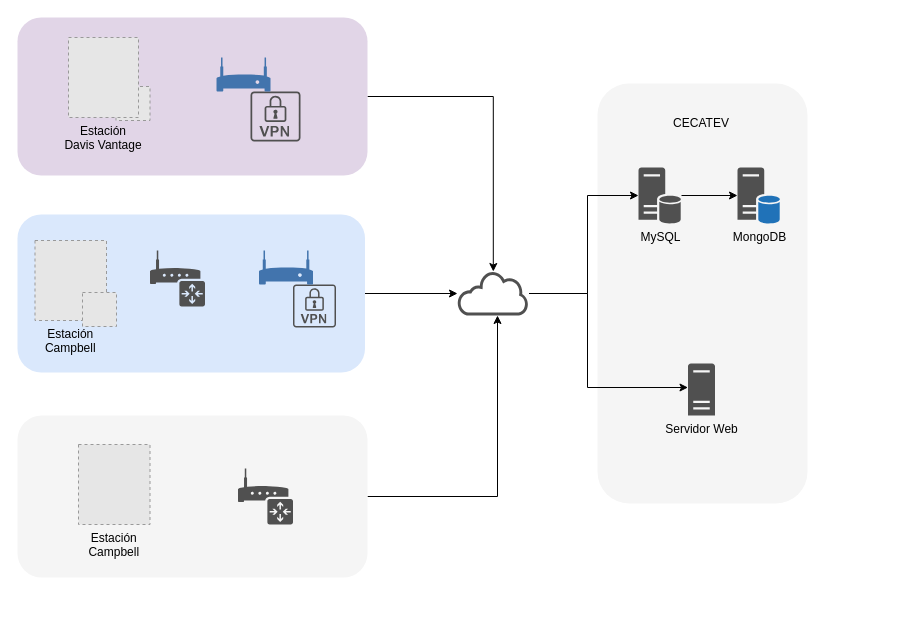
Above: page "Current network" (1 of 4) of resources/red.drawio in thblckjkr/tesis (draw.io), before the change. Source tidied: cells renumbered, new cells numbered last; positions are measured from the earlier drawing's top-left corner, leaving out a move shared by most shapes. Both pictures are drawn from the tidied source at 100%, with x=0, y=0 at pixel (17, 17). Pictures stored in the file or linked from it are replaced by grey dashed boxes.
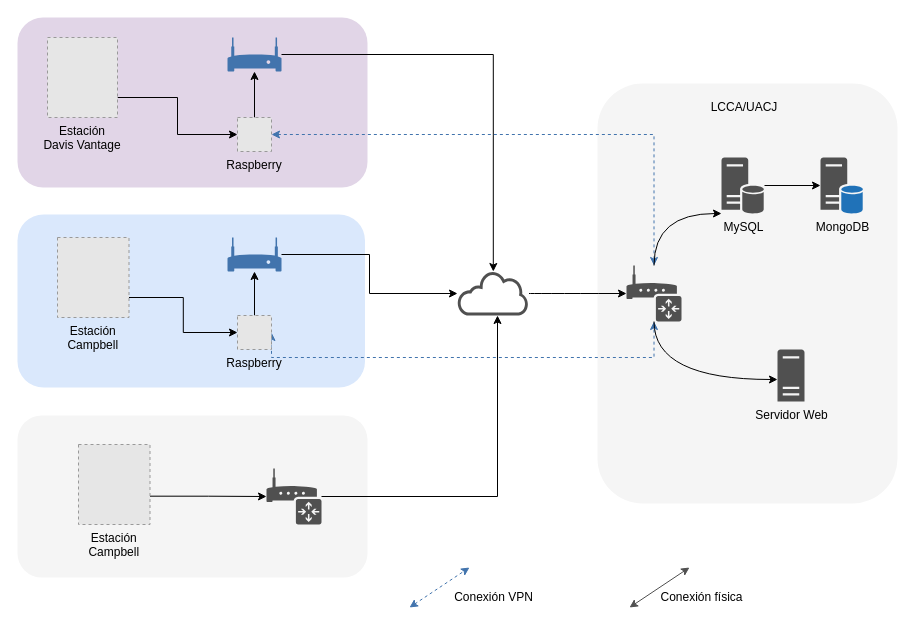
The same page after the edit.

Unchanged cells that the change refers to:
```xml
<mxCell id="16" style="shadow=0;dashed=0;html=1;strokeColor=none;fillColor=#505050;labelPosition=center;verticalLabelPosition=bottom;outlineConnect=0;verticalAlign=top;align=center;shape=mxgraph.office.clouds.cloud;" parent="1" vertex="1">
  <mxGeometry x="440" y="254" width="71.5" height="44" as="geometry" />
</mxCell>
<mxCell id="23" value="Estación&#10;Campbell" style="fillColor=#E6E6E6;strokeColor=#999999;dashed=1;verticalLabelPosition=bottom;verticalAlign=top;" parent="1" vertex="1">
  <mxGeometry x="61" y="427" width="71.5" height="80" as="geometry" />
</mxCell>
```

Diff of the diagram source:
```diff
@@
+    <mxCell id="8" style="rounded=1;whiteSpace=wrap;html=1;fillColor=#f5f5f5;fontColor=#333333;strokeColor=none;" parent="1" vertex="1">
+      <mxGeometry y="398" width="350" height="162" as="geometry" />
+    </mxCell>
+    <mxCell id="4" style="rounded=1;whiteSpace=wrap;html=1;fillColor=#e1d5e7;fontStyle=1;strokeColor=none;" parent="1" vertex="1">
+      <mxGeometry width="350" height="170" as="geometry" />
+    </mxCell>
+    <mxCell id="6" style="rounded=1;whiteSpace=wrap;html=1;fillColor=#dae8fc;fontStyle=1;strokeColor=none;" parent="1" vertex="1">
+      <mxGeometry y="197" width="347.5" height="173" as="geometry" />
+    </mxCell>
     <mxCell id="2" style="rounded=1;whiteSpace=wrap;html=1;fillColor=#f5f5f5;fontColor=#333333;strokeColor=none;" parent="1" vertex="1">
-      <mxGeometry x="580" y="66" width="210" height="420" as="geometry" />
+      <mxGeometry x="580" y="66" width="300" height="420" as="geometry" />
     </mxCell>
-    <mxCell id="3" style="edgeStyle=orthogonalEdgeStyle;rounded=0;jettySize=auto;html=1;exitX=1;exitY=0.5;exitDx=0;exitDy=0;startArrow=none;startFill=0;" parent="1" edge="1" source="4" target="16">
+    <mxCell id="3" style="edgeStyle=orthogonalEdgeStyle;rounded=0;jettySize=auto;html=1;startArrow=none;startFill=0;" parent="1" edge="1" source="17" target="16">
       <mxGeometry relative="1" as="geometry" />
     </mxCell>
-    <mxCell id="4" style="rounded=1;whiteSpace=wrap;html=1;fillColor=#e1d5e7;fontStyle=1;strokeColor=none;" parent="1" vertex="1">
-      <mxGeometry width="350" height="158" as="geometry" />
-    </mxCell>
-    <mxCell id="5" style="edgeStyle=orthogonalEdgeStyle;rounded=0;jettySize=auto;html=1;exitX=1;exitY=0.5;exitDx=0;exitDy=0;startArrow=none;startFill=0;" parent="1" edge="1" source="6" target="16">
+    <mxCell id="5" style="edgeStyle=orthogonalEdgeStyle;rounded=0;jettySize=auto;html=1;startArrow=none;startFill=0;" parent="1" edge="1" source="21" target="16">
       <mxGeometry relative="1" as="geometry" />
     </mxCell>
-    <mxCell id="6" style="rounded=1;whiteSpace=wrap;html=1;fillColor=#dae8fc;fontStyle=1;strokeColor=none;" parent="1" vertex="1">
-      <mxGeometry y="197" width="347.5" height="158" as="geometry" />
-    </mxCell>
-    <mxCell id="7" style="edgeStyle=elbowEdgeStyle;rounded=0;jettySize=auto;html=1;exitX=1;exitY=0.5;exitDx=0;exitDy=0;startArrow=none;startFill=0;" parent="1" edge="1" source="8" target="16">
+    <mxCell id="7" style="edgeStyle=elbowEdgeStyle;rounded=0;jettySize=auto;html=1;startArrow=none;startFill=0;" parent="1" edge="1" source="22" target="16">
       <mxGeometry relative="1" as="geometry">
         <Array as="points">
           <mxPoint x="480" y="340" />
           <mxPoint x="480" y="380" />
         </Array>
       </mxGeometry>
     </mxCell>
-    <mxCell id="8" style="rounded=1;whiteSpace=wrap;html=1;fillColor=#f5f5f5;fontColor=#333333;strokeColor=none;" parent="1" vertex="1">
-      <mxGeometry y="398" width="350" height="162" as="geometry" />
-    </mxCell>
-    <mxCell id="9" style="edgeStyle=orthogonalEdgeStyle;rounded=0;jettySize=auto;html=1;startArrow=classic;startFill=1;endArrow=none;endFill=0;" parent="1" edge="1" source="14" target="16">
-      <mxGeometry relative="1" as="geometry">
-        <Array as="points">
-          <mxPoint x="570" y="370" />
-          <mxPoint x="570" y="276" />
-        </Array>
-      </mxGeometry>
-    </mxCell>
-    <mxCell id="10" style="shadow=0;dashed=0;html=1;strokeColor=none;labelPosition=center;verticalLabelPosition=bottom;verticalAlign=top;align=center;shape=mxgraph.office.devices.router;fillColor=#505050;" parent="1" vertex="1">
-      <mxGeometry x="132.5" y="233" width="55" height="56" as="geometry" />
-    </mxCell>
@@
-    <mxCell id="12" style="edgeStyle=orthogonalEdgeStyle;rounded=0;jettySize=auto;html=1;startArrow=classic;startFill=1;endArrow=none;endFill=0;fontSize=12;" parent="1" edge="1" source="13" target="16">
-      <mxGeometry relative="1" as="geometry">
-        <Array as="points">
-          <mxPoint x="570" y="178" />
-          <mxPoint x="570" y="276" />
-        </Array>
-      </mxGeometry>
-    </mxCell>
     <mxCell id="13" value="MySQL" style="shadow=0;dashed=0;html=1;strokeColor=none;labelPosition=center;verticalLabelPosition=bottom;verticalAlign=top;outlineConnect=0;align=center;shape=mxgraph.office.servers.database_server;fillColor=#505050;" parent="1" vertex="1">
-      <mxGeometry x="621" y="150" width="43" height="56" as="geometry" />
+      <mxGeometry x="704" y="140" width="43" height="56" as="geometry" />
     </mxCell>
     <mxCell id="14" value="Servidor Web" style="shadow=0;dashed=0;html=1;strokeColor=none;labelPosition=center;verticalLabelPosition=bottom;verticalAlign=top;outlineConnect=0;align=center;shape=mxgraph.office.servers.server_generic;fillColor=#505050;" parent="1" vertex="1">
-      <mxGeometry x="670.5" y="346" width="27" height="52" as="geometry" />
+      <mxGeometry x="760" y="332" width="27" height="52" as="geometry" />
     </mxCell>
-    <mxCell id="15" style="shadow=0;dashed=0;html=1;strokeColor=none;labelPosition=center;verticalLabelPosition=bottom;verticalAlign=top;align=center;shape=mxgraph.vvd.vpn;fillColor=#505050;" parent="1" vertex="1">
-      <mxGeometry x="233" y="74" width="50" height="50" as="geometry" />
-    </mxCell>
+    <mxCell id="28" style="edgeStyle=orthogonalEdgeStyle;curved=1;rounded=0;jettySize=auto;html=1;" parent="1" edge="1" source="16" target="38">
+      <mxGeometry relative="1" as="geometry" />
+    </mxCell>
@@
     <mxCell id="17" style="shadow=0;dashed=0;html=1;strokeColor=none;labelPosition=center;verticalLabelPosition=bottom;verticalAlign=top;outlineConnect=0;align=center;shape=mxgraph.office.devices.modem;fillColor=#4274AD;" parent="1" vertex="1">
-      <mxGeometry x="199" y="40" width="54" height="34" as="geometry" />
+      <mxGeometry x="210" y="20" width="54" height="34" as="geometry" />
     </mxCell>
+    <mxCell id="29" style="edgeStyle=orthogonalEdgeStyle;rounded=0;jettySize=auto;html=1;exitX=0.5;exitY=0;exitDx=0;exitDy=0;" parent="1" edge="1" source="18" target="17">
+      <mxGeometry relative="1" as="geometry" />
+    </mxCell>
+    <mxCell id="30" style="edgeStyle=elbowEdgeStyle;rounded=0;jettySize=auto;html=1;exitX=1;exitY=0.5;exitDx=0;exitDy=0;dashed=1;startArrow=classic;startFill=1;strokeColor=#4274AD;elbow=vertical;" parent="1" edge="1" source="18" target="38">
+      <mxGeometry relative="1" as="geometry">
+        <Array as="points">
+          <mxPoint x="510" y="117" />
+          <mxPoint x="470" y="117" />
+        </Array>
+      </mxGeometry>
+    </mxCell>
-    <mxCell id="18" style="fillColor=#E6E6E6;strokeColor=#999999;dashed=1;verticalLabelPosition=bottom;verticalAlign=top;" parent="1" vertex="1">
-      <mxGeometry x="98.5" y="69" width="34" height="34" as="geometry" />
+    <mxCell id="18" value="Raspberry" style="fillColor=#E6E6E6;strokeColor=#999999;dashed=1;verticalLabelPosition=bottom;verticalAlign=top;" parent="1" vertex="1">
+      <mxGeometry x="220" y="100" width="34" height="34" as="geometry" />
     </mxCell>
+    <mxCell id="31" style="edgeStyle=orthogonalEdgeStyle;rounded=0;jettySize=auto;html=1;exitX=1;exitY=0.75;exitDx=0;exitDy=0;entryX=0;entryY=0.5;entryDx=0;entryDy=0;" parent="1" edge="1" source="19" target="26">
+      <mxGeometry relative="1" as="geometry" />
+    </mxCell>
     <mxCell id="19" value="Estación&#10;Campbell" style="fillColor=#E6E6E6;strokeColor=#999999;dashed=1;verticalLabelPosition=bottom;verticalAlign=top;" parent="1" vertex="1">
-      <mxGeometry x="17.5" y="223" width="71.5" height="80" as="geometry" />
+      <mxGeometry x="40" y="220" width="71.5" height="80" as="geometry" />
     </mxCell>
-    <mxCell id="20" style="shadow=0;dashed=0;html=1;strokeColor=none;labelPosition=center;verticalLabelPosition=bottom;verticalAlign=top;align=center;shape=mxgraph.vvd.vpn;fillColor=#505050;" parent="1" vertex="1">
-      <mxGeometry x="275.5" y="267" width="43" height="43" as="geometry" />
-    </mxCell>
     <mxCell id="21" style="shadow=0;dashed=0;html=1;strokeColor=none;labelPosition=center;verticalLabelPosition=bottom;verticalAlign=top;outlineConnect=0;align=center;shape=mxgraph.office.devices.modem;fillColor=#4274AD;" parent="1" vertex="1">
-      <mxGeometry x="241.5" y="233" width="54" height="34" as="geometry" />
+      <mxGeometry x="210" y="220" width="54" height="34" as="geometry" />
     </mxCell>
     <mxCell id="22" style="shadow=0;dashed=0;html=1;strokeColor=none;labelPosition=center;verticalLabelPosition=bottom;verticalAlign=top;outlineConnect=0;align=center;shape=mxgraph.office.devices.router;fillColor=#505050;" parent="1" vertex="1">
-      <mxGeometry x="220.5" y="451" width="55" height="56" as="geometry" />
+      <mxGeometry x="249" y="451" width="55" height="56" as="geometry" />
     </mxCell>
+    <mxCell id="32" style="edgeStyle=orthogonalEdgeStyle;rounded=0;jettySize=auto;html=1;exitX=0.998;exitY=0.646;exitDx=0;exitDy=0;exitPerimeter=0;" parent="1" edge="1" source="23" target="22">
+      <mxGeometry relative="1" as="geometry" />
+    </mxCell>
@@
-    <mxCell id="24" value="CECATEV" style="text;html=1;strokeColor=none;fillColor=none;align=center;verticalAlign=middle;whiteSpace=wrap;rounded=0;" parent="1" vertex="1">
-      <mxGeometry x="664" y="96" width="40" height="20" as="geometry" />
+    <mxCell id="24" value="LCCA/UACJ" style="text;html=1;strokeColor=none;fillColor=none;align=center;verticalAlign=middle;whiteSpace=wrap;rounded=0;" parent="1" vertex="1">
+      <mxGeometry x="707" y="80" width="40" height="20" as="geometry" />
     </mxCell>
+    <mxCell id="33" style="edgeStyle=orthogonalEdgeStyle;rounded=0;jettySize=auto;html=1;exitX=1;exitY=0.75;exitDx=0;exitDy=0;" parent="1" edge="1" source="25" target="18">
+      <mxGeometry relative="1" as="geometry" />
+    </mxCell>
     <mxCell id="25" value="Estación&#10;Davis Vantage" style="fillColor=#E6E6E6;strokeColor=#999999;dashed=1;verticalLabelPosition=bottom;verticalAlign=top;" parent="1" vertex="1">
-      <mxGeometry x="51" y="20" width="70" height="80" as="geometry" />
+      <mxGeometry x="30" y="20" width="70" height="80" as="geometry" />
     </mxCell>
+    <mxCell id="34" style="edgeStyle=orthogonalEdgeStyle;rounded=0;jettySize=auto;html=1;exitX=0.5;exitY=0;exitDx=0;exitDy=0;" parent="1" edge="1" source="26" target="21">
+      <mxGeometry relative="1" as="geometry" />
+    </mxCell>
+    <mxCell id="35" style="edgeStyle=elbowEdgeStyle;rounded=0;jettySize=auto;html=1;exitX=1;exitY=0.5;exitDx=0;exitDy=0;strokeColor=#4274AD;dashed=1;startArrow=classic;startFill=1;elbow=vertical;" parent="1" edge="1" source="26" target="38">
+      <mxGeometry relative="1" as="geometry">
+        <Array as="points">
+          <mxPoint x="580" y="340" />
+          <mxPoint x="620" y="315" />
+        </Array>
+      </mxGeometry>
+    </mxCell>
-    <mxCell id="26" style="fillColor=#E6E6E6;strokeColor=#999999;dashed=1;verticalLabelPosition=bottom;verticalAlign=top;" parent="1" vertex="1">
-      <mxGeometry x="65" y="275" width="34" height="34" as="geometry" />
+    <mxCell id="26" value="Raspberry" style="fillColor=#E6E6E6;strokeColor=#999999;dashed=1;verticalLabelPosition=bottom;verticalAlign=top;" parent="1" vertex="1">
+      <mxGeometry x="220" y="298" width="34" height="34" as="geometry" />
     </mxCell>
     <mxCell id="27" value="MongoDB" style="shadow=0;dashed=0;html=1;strokeColor=none;fillColor=#505050;labelPosition=center;verticalLabelPosition=bottom;verticalAlign=top;outlineConnect=0;align=center;shape=mxgraph.office.servers.database_server_blue;" parent="1" vertex="1">
-      <mxGeometry x="720" y="150" width="43" height="56" as="geometry" />
+      <mxGeometry x="803" y="140" width="43" height="56" as="geometry" />
     </mxCell>
+    <mxCell id="36" style="edgeStyle=orthogonalEdgeStyle;curved=1;rounded=0;jettySize=auto;html=1;" parent="1" edge="1" source="38" target="13">
+      <mxGeometry relative="1" as="geometry">
+        <Array as="points">
+          <mxPoint x="637" y="196" />
+        </Array>
+      </mxGeometry>
+    </mxCell>
+    <mxCell id="37" style="edgeStyle=orthogonalEdgeStyle;curved=1;rounded=0;jettySize=auto;html=1;" parent="1" edge="1" source="38" target="14">
+      <mxGeometry relative="1" as="geometry">
+        <Array as="points">
+          <mxPoint x="637" y="362" />
+        </Array>
+      </mxGeometry>
+    </mxCell>
+    <mxCell id="38" style="shadow=0;dashed=0;html=1;strokeColor=none;labelPosition=center;verticalLabelPosition=bottom;verticalAlign=top;outlineConnect=0;align=center;shape=mxgraph.office.devices.router;fillColor=#505050;" parent="1" vertex="1">
+      <mxGeometry x="609" y="248" width="55" height="56" as="geometry" />
+    </mxCell>
+    <mxCell id="39" style="endArrow=classic;startArrow=classic;html=1;dashed=1;strokeColor=#4274AD;" parent="1" edge="1">
+      <mxGeometry relative="1" as="geometry">
+        <mxPoint x="392" y="590" as="sourcePoint" />
+        <mxPoint x="452" y="550" as="targetPoint" />
+      </mxGeometry>
+    </mxCell>
+    <mxCell id="40" value="Conexión VPN" style="text;html=1;align=center;verticalAlign=middle;" parent="1" vertex="1">
+      <mxGeometry x="430.8" y="570" width="90" height="20" as="geometry" />
+    </mxCell>
+    <mxCell id="41" style="endArrow=classic;startArrow=classic;html=1;strokeColor=#505050;" parent="1" edge="1">
+      <mxGeometry relative="1" as="geometry">
+        <mxPoint x="612" y="590" as="sourcePoint" />
+        <mxPoint x="672" y="550" as="targetPoint" />
+      </mxGeometry>
+    </mxCell>
+    <mxCell id="42" value="Conexión física" style="text;html=1;align=center;verticalAlign=middle;" parent="1" vertex="1">
+      <mxGeometry x="634" y="570" width="100" height="20" as="geometry" />
+    </mxCell>
```
